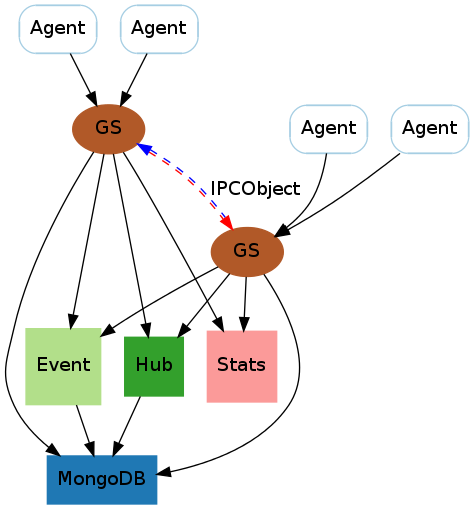
Earlier version of the Graphviz export arch.png (xtaci/gonet). Its source is kept beside it as arch.dot.
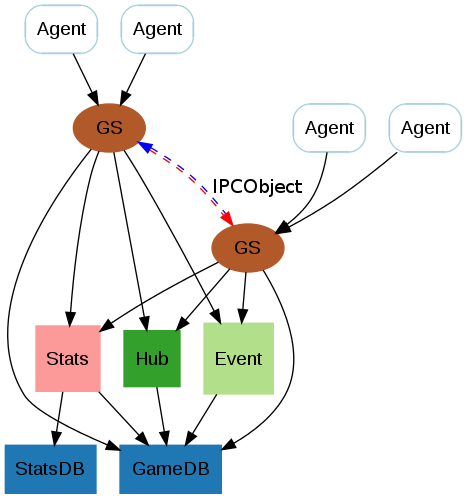
After the commit.

What changed in the source:
```diff
@@ -1,16 +1,16 @@
 digraph G {
-	node [colorscheme=paired12];
-
+	node [colorscheme=paired12 fontname=arial];
 	Agent1 [label=Agent style=rounded shape=rect color=1];
-	Agent2 [label=Agent style=rounded  shape=rect color=1];
-	Agent3 [label=Agent style=rounded  shape=rect color=1];
-	Agent4 [label=Agent style=rounded  shape=rect color=1];
+	Agent2 [label=Agent style=rounded shape=rect color=1];
+	Agent3 [label=Agent style=rounded shape=rect color=1];
+	Agent4 [label=Agent style=rounded shape=rect color=1];
 	Agent1->GS1;
 	Agent2->GS1;
 	Agent3->GS2;
 	Agent4->GS2;
 	GS1 [label=GS style=filled color=12];
 	GS2 [label=GS style=filled color=12];
+	GS1->GS2 [dir=both label=IPCObject style=dashed color="red:blue"];
 	Event [style=filled shape=square color=3];
 	Hub [style=filled shape=square color=4];
 	Stats [style=filled shape=square color=5];
@@ -20,10 +20,12 @@
 	GS2->Event;
 	GS1->Stats;
 	GS2->Stats;
-	GS1->GS2 [dir=both label=IPCObject style=dashed color="red:blue"];
-	MongoDB [style=filled shape=rect color=2];
-	Hub->MongoDB;
-	Event->MongoDB;
-	GS1->MongoDB;
-	GS2->MongoDB;
+	GameDB [style=filled shape=rect color=2];
+	StatsDB [style=filled shape=rect color=2];
+	Hub->GameDB;
+	Event->GameDB;
+	GS1->GameDB;
+	GS2->GameDB;
+	Stats->StatsDB;
+	Stats->GameDB;
 }
```
